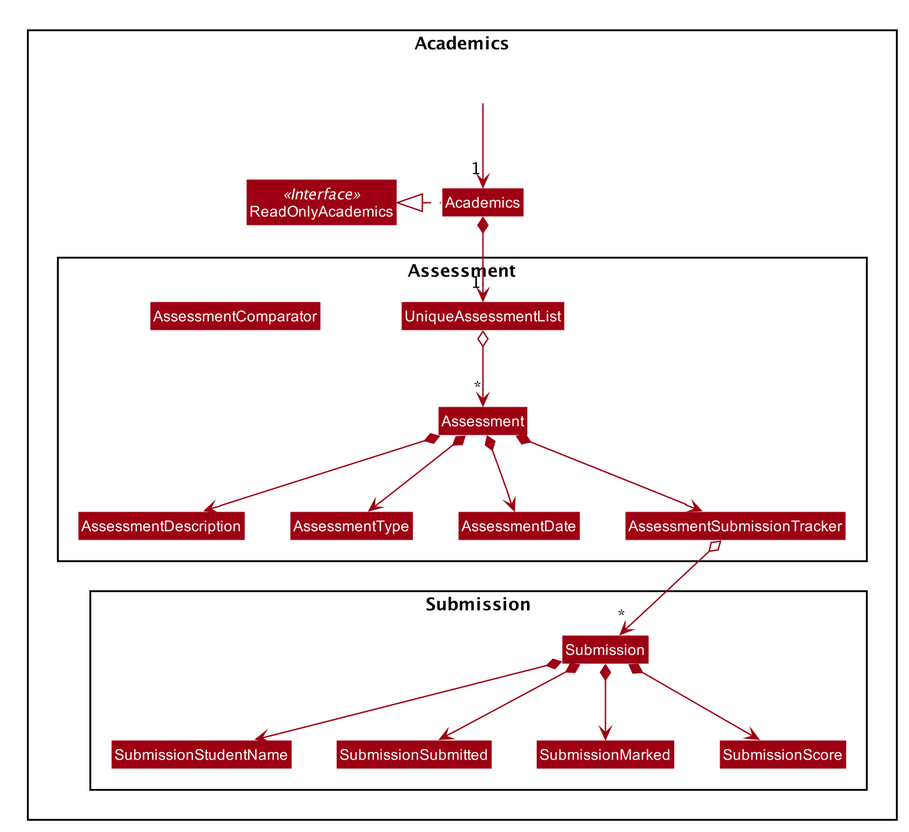
tingalinga/main keeps this PlantUML diagram as docs/images/academics/AcademicsModelClassDiagram.png. Above is the earlier version.
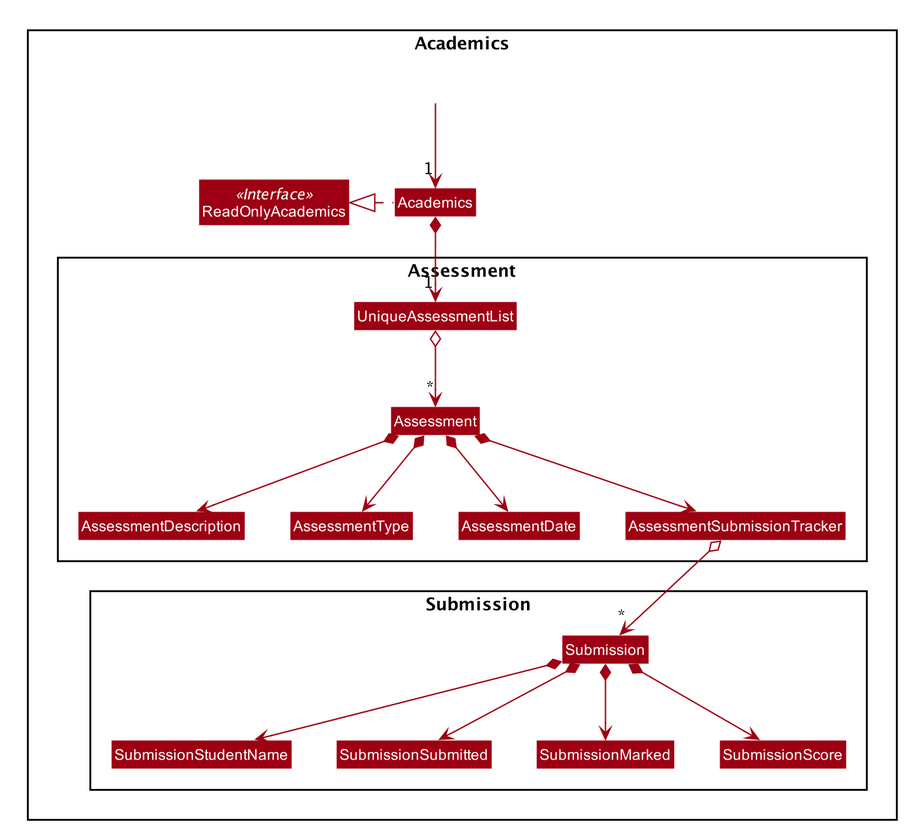
Above is the later version.

Change to the diagram source:
```diff
@@ -59,7 +59,6 @@
 
 Package Assessment  {
 Class UniqueAssessmentList
-Class AssessmentComparator
 Class Assessment
 Assessment *--> AssessmentDescription
 Assessment *--> AssessmentType
```
